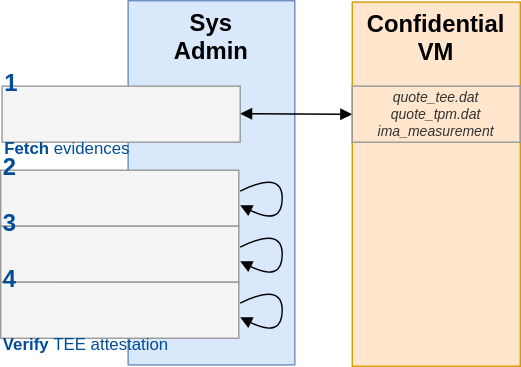
Cosmian/cosmian_vm keeps this draw.io diagram as resources/images/confidential_vm_verification_flow.drawio.svg. Above is the earlier version. Source tidied: cells renumbered, new cells last; positions are measured from the earlier drawing's top-left corner, leaving out a move shared by most shapes.
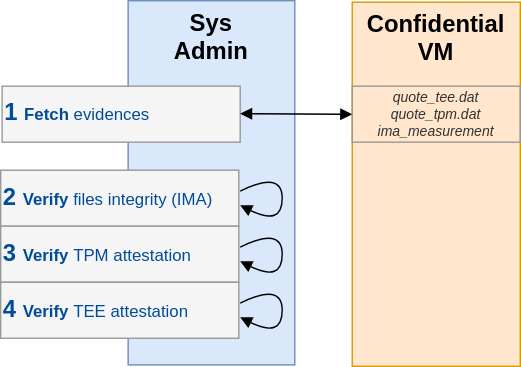
After the commit.

What changed in the source:
```diff
@@ -8,16 +8,16 @@
     <mxCell id="3" value="&lt;font style=&quot;font-size: 17px;&quot;&gt;&lt;b&gt;&amp;nbsp;&lt;/b&gt;&lt;b&gt;Confidential VM&lt;br&gt;&lt;/b&gt;&lt;/font&gt;" style="rounded=0;whiteSpace=wrap;html=1;strokeColor=#d79b00;fillColor=#ffe6cc;verticalAlign=top;" parent="1" vertex="1">
       <mxGeometry x="251" y="1" width="120" height="260" as="geometry" />
     </mxCell>
-    <mxCell id="4" value="&lt;div&gt;&lt;font color=&quot;#004c99&quot;&gt;&lt;b&gt;&lt;font style=&quot;font-size: 17px;&quot;&gt;&amp;nbsp;1&lt;/font&gt;&lt;/b&gt;&lt;/font&gt;&lt;/div&gt;&lt;div&gt;&lt;font color=&quot;#004c99&quot;&gt;&lt;span style=&quot;white-space: pre;&quot;&gt;&#9;&lt;/span&gt;&lt;b&gt;Fetch&lt;/b&gt; evidences&lt;br&gt;&lt;/font&gt;&lt;/div&gt;" style="rounded=0;whiteSpace=wrap;html=1;strokeColor=#999999;fillColor=#f5f5f5;fontColor=#333333;align=left;" parent="1" vertex="1">
+    <mxCell id="4" value="&lt;div&gt;&lt;font color=&quot;#004c99&quot;&gt;&lt;b&gt;&lt;font style=&quot;font-size: 17px;&quot;&gt;&amp;nbsp;1&amp;nbsp;&lt;/font&gt;&lt;/b&gt;&lt;/font&gt;&lt;b style=&quot;color: rgb(0, 76, 153); background-color: initial;&quot;&gt;Fetch&lt;/b&gt;&lt;span style=&quot;color: rgb(0, 76, 153); background-color: initial;&quot;&gt; evidences&lt;/span&gt;&lt;/div&gt;" style="rounded=0;whiteSpace=wrap;html=1;strokeColor=#999999;fillColor=#f5f5f5;fontColor=#333333;align=left;" parent="1" vertex="1">
       <mxGeometry x="1" y="61" width="170" height="40" as="geometry" />
     </mxCell>
-    <mxCell id="5" value="&lt;font size=&quot;1&quot; color=&quot;#004c99&quot;&gt;&lt;b style=&quot;font-size: 17px;&quot;&gt;&amp;nbsp;2&lt;/b&gt;&lt;/font&gt;&lt;div&gt;&lt;font color=&quot;#004c99&quot;&gt;&lt;span style=&quot;white-space: pre;&quot;&gt;&#9;&lt;/span&gt;&lt;b&gt;Verify&lt;/b&gt; files integrity (IMA)&lt;br&gt;&lt;/font&gt;&lt;/div&gt;" style="rounded=0;whiteSpace=wrap;html=1;strokeColor=#999999;fillColor=#f5f5f5;fontColor=#333333;align=left;" parent="1" vertex="1">
+    <mxCell id="5" value="&lt;font size=&quot;1&quot; color=&quot;#004c99&quot;&gt;&lt;b style=&quot;font-size: 17px;&quot;&gt;&amp;nbsp;2&amp;nbsp;&lt;/b&gt;&lt;/font&gt;&lt;b style=&quot;color: rgb(0, 76, 153); background-color: initial;&quot;&gt;Verify&lt;/b&gt;&lt;span style=&quot;color: rgb(0, 76, 153); background-color: initial;&quot;&gt; files integrity (IMA)&lt;/span&gt;&lt;font size=&quot;1&quot; color=&quot;#004c99&quot;&gt;&lt;b style=&quot;font-size: 17px;&quot;&gt;&lt;br&gt;&lt;/b&gt;&lt;/font&gt;" style="rounded=0;whiteSpace=wrap;html=1;strokeColor=#999999;fillColor=#f5f5f5;fontColor=#333333;align=left;" parent="1" vertex="1">
       <mxGeometry y="121" width="170" height="40" as="geometry" />
     </mxCell>
-    <mxCell id="6" value="&lt;font size=&quot;1&quot; color=&quot;#004c99&quot;&gt;&lt;b style=&quot;font-size: 17px;&quot;&gt;&amp;nbsp;3&lt;/b&gt;&lt;/font&gt;&lt;div&gt;&lt;font color=&quot;#004c99&quot;&gt;&lt;span style=&quot;white-space: pre;&quot;&gt;&#9;&lt;/span&gt;&lt;b&gt;Verify&lt;/b&gt; TPM attestation&lt;br&gt;&lt;/font&gt;&lt;/div&gt;" style="rounded=0;whiteSpace=wrap;html=1;strokeColor=#999999;fillColor=#f5f5f5;fontColor=#333333;align=left;" parent="1" vertex="1">
+    <mxCell id="6" value="&lt;font size=&quot;1&quot; color=&quot;#004c99&quot;&gt;&lt;b style=&quot;font-size: 17px;&quot;&gt;&amp;nbsp;3&amp;nbsp;&lt;/b&gt;&lt;/font&gt;&lt;b style=&quot;color: rgb(0, 76, 153); background-color: initial;&quot;&gt;Verify&lt;/b&gt;&lt;span style=&quot;color: rgb(0, 76, 153); background-color: initial;&quot;&gt; TPM attestation&lt;/span&gt;&lt;font size=&quot;1&quot; color=&quot;#004c99&quot;&gt;&lt;b style=&quot;font-size: 17px;&quot;&gt;&lt;br&gt;&lt;/b&gt;&lt;/font&gt;" style="rounded=0;whiteSpace=wrap;html=1;strokeColor=#999999;fillColor=#f5f5f5;fontColor=#333333;align=left;" parent="1" vertex="1">
       <mxGeometry y="161" width="170" height="40" as="geometry" />
     </mxCell>
-    <mxCell id="7" value="&lt;font size=&quot;1&quot; color=&quot;#004c99&quot;&gt;&lt;b style=&quot;font-size: 17px;&quot;&gt;&amp;nbsp;4&lt;/b&gt;&lt;/font&gt;&lt;div&gt;&lt;font color=&quot;#004c99&quot;&gt;&lt;span style=&quot;white-space: pre;&quot;&gt;&#9;&lt;/span&gt;&lt;b&gt;Verify&lt;/b&gt; TEE attestation&lt;br&gt;&lt;/font&gt;&lt;/div&gt;" style="rounded=0;whiteSpace=wrap;html=1;strokeColor=#999999;fillColor=#f5f5f5;fontColor=#333333;align=left;" parent="1" vertex="1">
+    <mxCell id="7" value="&lt;font size=&quot;1&quot; color=&quot;#004c99&quot;&gt;&lt;b style=&quot;font-size: 17px;&quot;&gt;&amp;nbsp;4&amp;nbsp;&lt;/b&gt;&lt;/font&gt;&lt;b style=&quot;color: rgb(0, 76, 153); background-color: initial;&quot;&gt;Verify&lt;/b&gt;&lt;span style=&quot;color: rgb(0, 76, 153); background-color: initial;&quot;&gt; TEE attestation&lt;/span&gt;&lt;font size=&quot;1&quot; color=&quot;#004c99&quot;&gt;&lt;b style=&quot;font-size: 17px;&quot;&gt;&lt;br&gt;&lt;/b&gt;&lt;/font&gt;" style="rounded=0;whiteSpace=wrap;html=1;strokeColor=#999999;fillColor=#f5f5f5;fontColor=#333333;align=left;" parent="1" vertex="1">
       <mxGeometry y="201" width="170" height="40" as="geometry" />
     </mxCell>
     <mxCell id="8" style="endArrow=block;startArrow=block;html=1;rounded=0;startFill=1;endFill=1;fontColor=#4D4D4D;" parent="1" edge="1">
```
